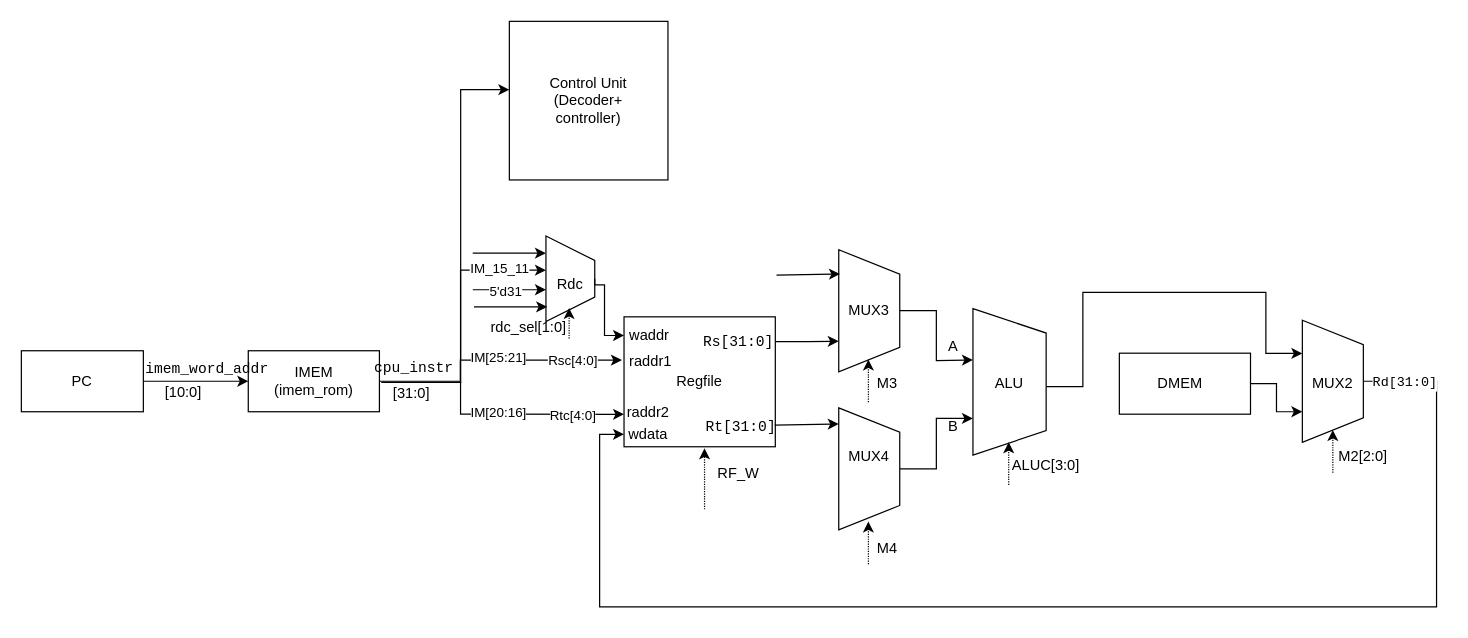
LV-ZHU/Computer_Organization_and_Architecture_Course_Design keeps this draw.io diagram as MIPS_CPU.drawio. Above is the earlier version. Source tidied: cells renumbered, new cells numbered last; positions are measured from the earlier drawing's top-left corner, leaving out a move shared by most shapes. Both pictures are drawn from the tidied source at 122%, with x=0, y=0 at pixel (21, 21).
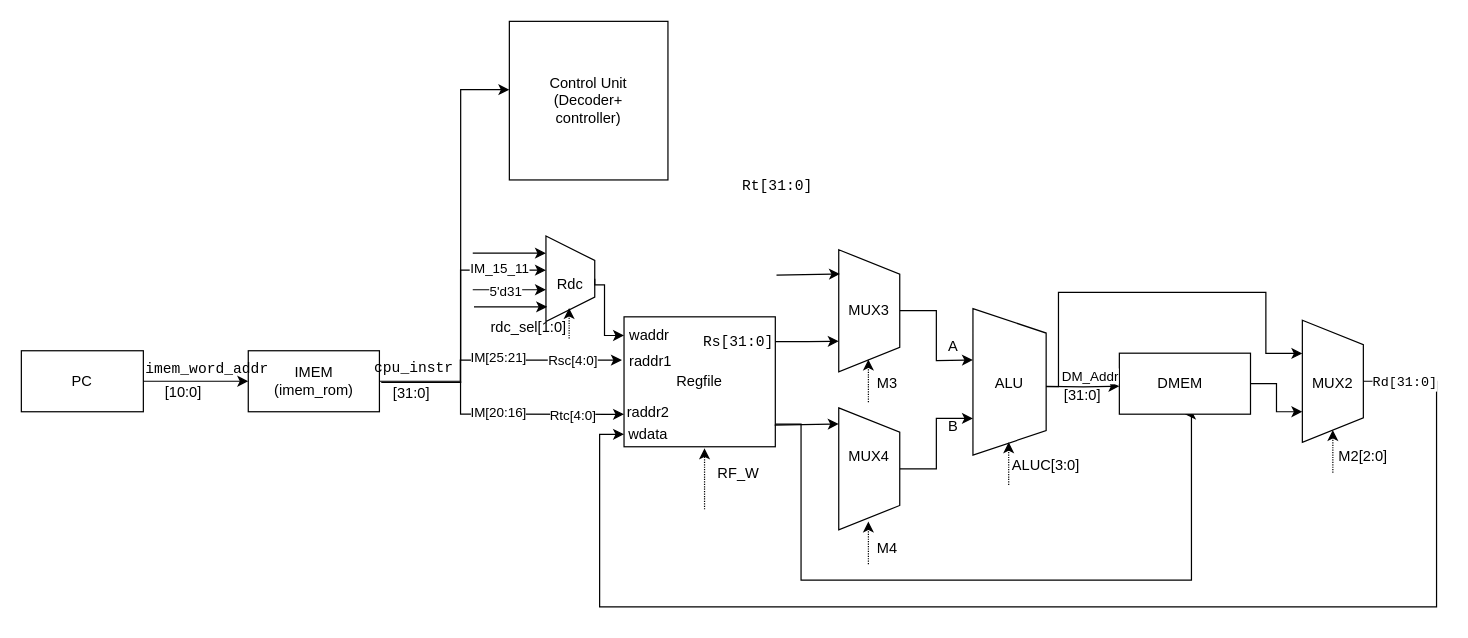
Above is the later version.

The change refers to these unchanged cells:
```xml
<mxCell id="46" value="&lt;div&gt;&lt;br&gt;&lt;/div&gt;" style="rounded=0;whiteSpace=wrap;html=1;" parent="1" vertex="1">
  <mxGeometry x="900" y="272" width="107.5" height="50" as="geometry" />
</mxCell>
```

What changed in the source:
```diff
@@
+    <mxCell id="67" style="edgeStyle=orthogonalEdgeStyle;rounded=0;jettySize=auto;html=1;exitX=1;exitY=0.75;exitDx=0;exitDy=0;entryX=0.5;entryY=1;entryDx=0;entryDy=0;" parent="1" edge="1" target="46">
+      <mxGeometry relative="1" as="geometry">
+        <mxPoint x="617" y="330.1" as="sourcePoint" />
+        <Array as="points">
+          <mxPoint x="639.1" y="330.1" />
+          <mxPoint x="639.1" y="458.1" />
+          <mxPoint x="959.1" y="458.1" />
+          <mxPoint x="959.1" y="322.1" />
+        </Array>
+      </mxGeometry>
+    </mxCell>
@@
     <mxCell id="22" value="&lt;code&gt;Rt[31:0]&lt;/code&gt;" style="text;html=1;whiteSpace=wrap;strokeColor=none;fillColor=none;align=center;verticalAlign=middle;rounded=0;" parent="1" vertex="1">
-      <mxGeometry x="560" y="316.8" width="60" height="30" as="geometry" />
+      <mxGeometry x="590" y="120" width="60" height="30" as="geometry" />
     </mxCell>
@@
     <mxCell id="48" style="edgeStyle=orthogonalEdgeStyle;rounded=0;orthogonalLoop=1;jettySize=auto;html=1;exitX=1;exitY=0.5;exitDx=0;exitDy=0;entryX=0.25;entryY=1;entryDx=0;entryDy=0;" parent="1" edge="1">
       <mxGeometry relative="1" as="geometry">
         <mxPoint x="840" y="299.4" as="sourcePoint" />
         <mxPoint x="1050" y="272.2" as="targetPoint" />
         <Array as="points">
-          <mxPoint x="870.1" y="299.4" />
-          <mxPoint x="870.1" y="222.2" />
+          <mxPoint x="850.1" y="299.4" />
+          <mxPoint x="850.1" y="222.2" />
           <mxPoint x="1020.1" y="222.2" />
           <mxPoint x="1020.1" y="272.2" />
         </Array>
       </mxGeometry>
     </mxCell>
+    <mxCell id="68" style="edgeStyle=orthogonalEdgeStyle;rounded=0;orthogonalLoop=1;jettySize=auto;html=1;exitX=1;exitY=0.5;exitDx=0;exitDy=0;entryX=0;entryY=0.5;entryDx=0;entryDy=0;" parent="1" edge="1">
+      <mxGeometry relative="1" as="geometry">
+        <mxPoint x="840" y="299.2" as="sourcePoint" />
+        <mxPoint x="900" y="299" as="targetPoint" />
+      </mxGeometry>
+    </mxCell>
+    <mxCell id="69" value="DM_Addr" style="edgeLabel;html=1;align=center;verticalAlign=middle;" parent="68" vertex="1">
+      <mxGeometry x="-0.06" relative="1" as="geometry">
+        <mxPoint x="8" y="-9" as="offset" />
+      </mxGeometry>
+    </mxCell>
@@
+    <mxCell id="70" value="[31:0]" style="text;html=1;whiteSpace=wrap;strokeColor=none;fillColor=none;align=center;verticalAlign=middle;rounded=0;" parent="1" vertex="1">
+      <mxGeometry x="840" y="292" width="60" height="30" as="geometry" />
+    </mxCell>
```
